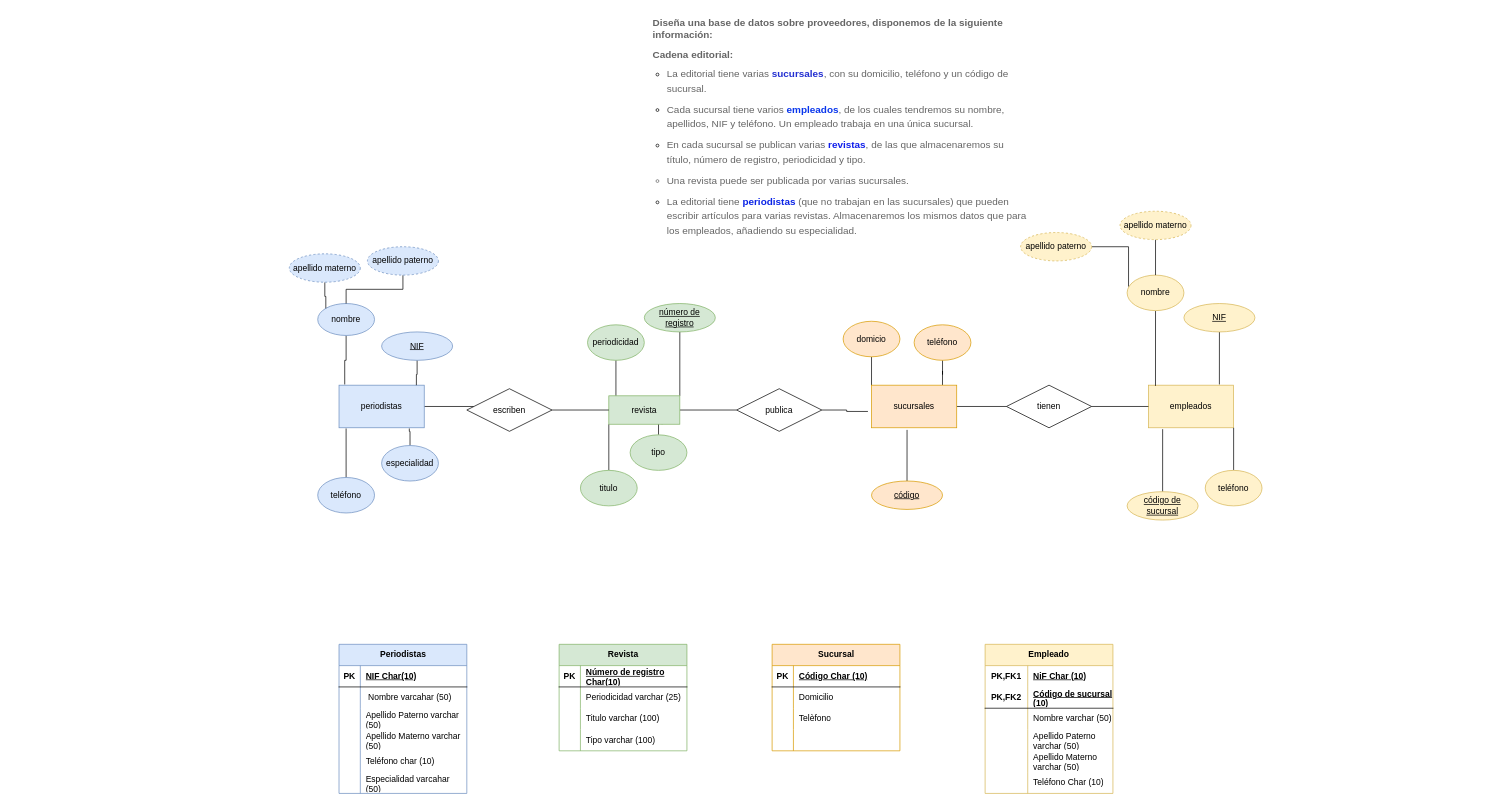
Above: Diagrama sin título.drawio in SandraGael/prueba (draw.io), before the change. Source tidied: cells renumbered, new cells numbered last; positions are measured from the earlier drawing's top-left corner, leaving out a move shared by most shapes. Both pictures are drawn from the tidied source at 71%, with x=0, y=0 at pixel (289, 12).
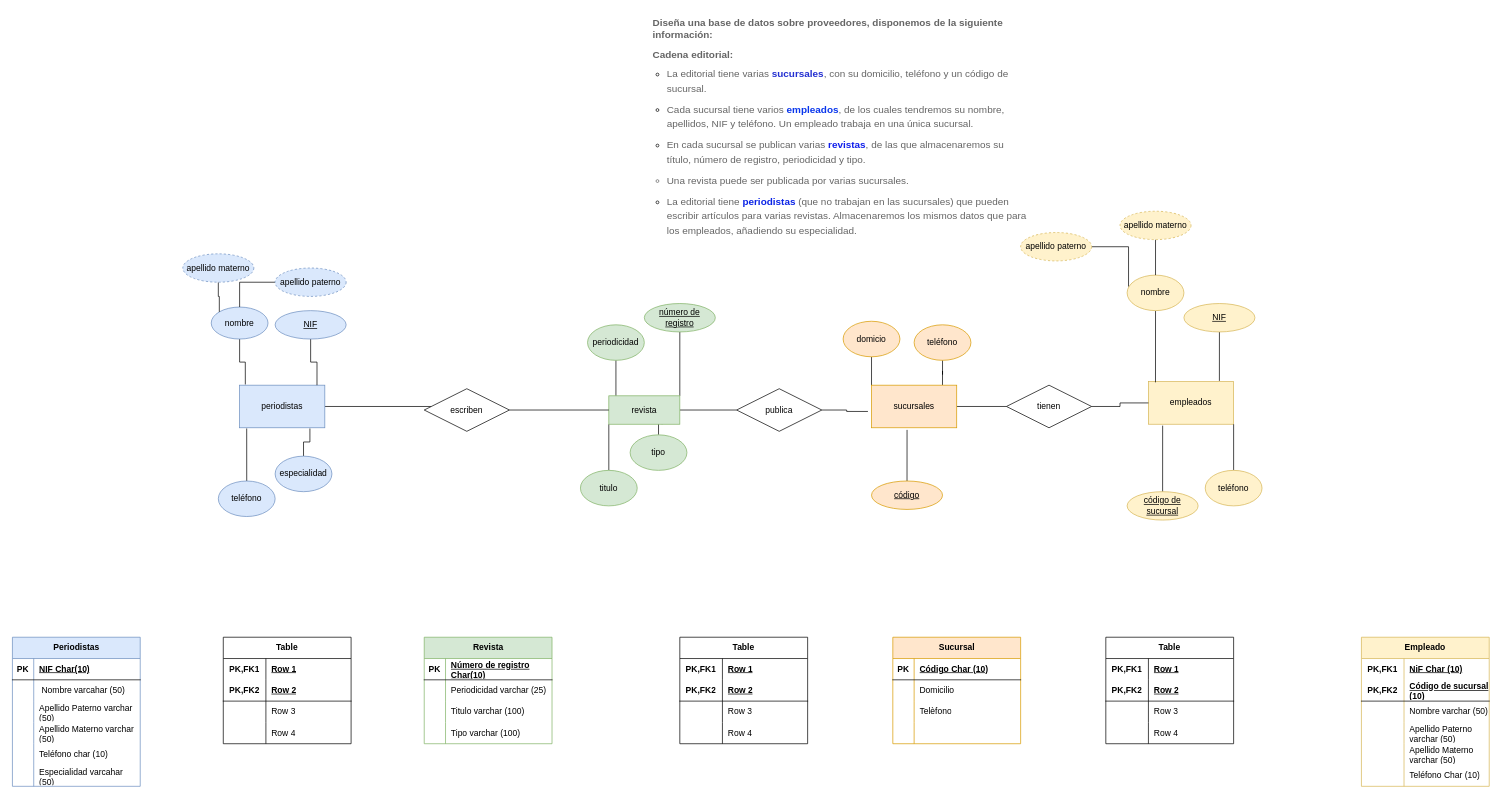
The same diagram, later.

The edit, as a diff of the source:
```diff
@@
     <mxCell id="3" value="empleados" style="rounded=0;whiteSpace=wrap;html=1;fillColor=#fff2cc;strokeColor=#d6b656;" parent="1" vertex="1">
-      <mxGeometry x="1210" y="525" width="120" height="60" as="geometry" />
+      <mxGeometry x="1210" y="520" width="120" height="60" as="geometry" />
     </mxCell>
@@
     <mxCell id="5" value="periodistas" style="rounded=0;whiteSpace=wrap;html=1;fillColor=#dae8fc;strokeColor=#6c8ebf;" parent="1" vertex="1">
-      <mxGeometry x="70" y="525" width="120" height="60" as="geometry" />
+      <mxGeometry x="-70" y="525" width="120" height="60" as="geometry" />
     </mxCell>
@@
     <mxCell id="21" value="nombre" style="ellipse;whiteSpace=wrap;html=1;fillColor=#dae8fc;strokeColor=#6c8ebf;" parent="1" vertex="1">
-      <mxGeometry x="40" y="410" width="80" height="45" as="geometry" />
+      <mxGeometry x="-110" y="415" width="80" height="45" as="geometry" />
     </mxCell>
@@
     <mxCell id="23" value="teléfono" style="ellipse;whiteSpace=wrap;html=1;fillColor=#dae8fc;strokeColor=#6c8ebf;" parent="1" vertex="1">
-      <mxGeometry x="40" y="655" width="80" height="50" as="geometry" />
+      <mxGeometry x="-100" y="660" width="80" height="50" as="geometry" />
     </mxCell>
@@
     <mxCell id="25" value="especialidad" style="ellipse;whiteSpace=wrap;html=1;fillColor=#dae8fc;strokeColor=#6c8ebf;" parent="1" vertex="1">
-      <mxGeometry x="130" y="610" width="80" height="50" as="geometry" />
+      <mxGeometry x="-20" y="625" width="80" height="50" as="geometry" />
     </mxCell>
@@
     <mxCell id="39" value="apellido materno" style="ellipse;whiteSpace=wrap;html=1;align=center;dashed=1;fillColor=#dae8fc;strokeColor=#6c8ebf;" parent="1" vertex="1">
-      <mxGeometry y="340" width="100" height="40" as="geometry" />
+      <mxGeometry x="-150" y="340" width="100" height="40" as="geometry" />
     </mxCell>
@@
     <mxCell id="41" value="apellido paterno" style="ellipse;whiteSpace=wrap;html=1;align=center;dashed=1;fillColor=#dae8fc;strokeColor=#6c8ebf;" parent="1" vertex="1">
-      <mxGeometry x="110" y="330" width="100" height="40" as="geometry" />
+      <mxGeometry x="-20" y="360" width="100" height="40" as="geometry" />
     </mxCell>
@@
     <mxCell id="45" value="NIF" style="ellipse;whiteSpace=wrap;html=1;align=center;fontStyle=4;fillColor=#dae8fc;strokeColor=#6c8ebf;" parent="1" vertex="1">
-      <mxGeometry x="130" y="450" width="100" height="40" as="geometry" />
+      <mxGeometry x="-20" y="420" width="100" height="40" as="geometry" />
     </mxCell>
@@
     <mxCell id="51" value="escriben" style="shape=rhombus;perimeter=rhombusPerimeter;whiteSpace=wrap;html=1;align=center;" parent="1" vertex="1">
-      <mxGeometry x="250" y="530" width="120" height="60" as="geometry" />
+      <mxGeometry x="190" y="530" width="120" height="60" as="geometry" />
     </mxCell>
@@
     <mxCell id="54" value="Periodistas" style="shape=table;startSize=30;childLayout=tableLayout;rowLines=0;fontStyle=1;align=center;html=1;fillColor=#dae8fc;strokeColor=#6c8ebf;" parent="1" vertex="1">
-      <mxGeometry x="70" y="890" width="180" height="210" as="geometry" />
+      <mxGeometry x="-390" y="880" width="180" height="210" as="geometry" />
     </mxCell>
@@
     <mxCell id="73" value="Revista" style="shape=table;startSize=30;childLayout=tableLayout;rowLines=0;fontStyle=1;align=center;html=1;fillColor=#d5e8d4;strokeColor=#82b366;" parent="1" vertex="1">
-      <mxGeometry x="380" y="890" width="180" height="150" as="geometry" />
+      <mxGeometry x="190" y="880" width="180" height="150" as="geometry" />
     </mxCell>
@@
     <mxCell id="86" value="Sucursal" style="shape=table;startSize=30;childLayout=tableLayout;rowLines=0;fontStyle=1;align=center;html=1;fillColor=#ffe6cc;strokeColor=#d79b00;" parent="1" vertex="1">
-      <mxGeometry x="680" y="890" width="180" height="150" as="geometry" />
+      <mxGeometry x="850" y="880" width="180" height="150" as="geometry" />
     </mxCell>
@@
     <mxCell id="99" value="Empleado" style="shape=table;startSize=30;childLayout=tableLayout;rowLines=0;fontStyle=1;align=center;html=1;whiteSpace=wrap;fillColor=#fff2cc;strokeColor=#d6b656;" parent="1" vertex="1">
-      <mxGeometry x="980" y="890" width="180" height="210" as="geometry" />
+      <mxGeometry x="1510" y="880" width="180" height="210" as="geometry" />
     </mxCell>
@@
+    <mxCell id="118" value="Table" style="shape=table;startSize=30;childLayout=tableLayout;rowLines=0;fontStyle=1;align=center;html=1;whiteSpace=wrap;" parent="1" vertex="1">
+      <mxGeometry x="1150" y="880" width="180" height="150" as="geometry" />
+    </mxCell>
+    <mxCell id="119" style="shape=tableRow;horizontal=0;startSize=0;swimlaneHead=0;swimlaneBody=0;fillColor=none;top=0;left=0;right=0;bottom=0;html=1;" parent="118" vertex="1">
+      <mxGeometry y="30" width="180" height="30" as="geometry" />
+    </mxCell>
+    <mxCell id="120" value="PK,FK1" style="shape=partialRectangle;fillColor=none;top=0;left=0;bottom=0;right=0;fontStyle=1;overflow=hidden;html=1;whiteSpace=wrap;" parent="119" vertex="1">
+      <mxGeometry width="60" height="30" as="geometry" />
+    </mxCell>
+    <mxCell id="121" value="Row 1" style="shape=partialRectangle;fillColor=none;top=0;left=0;bottom=0;right=0;align=left;spacingLeft=6;fontStyle=5;overflow=hidden;html=1;whiteSpace=wrap;" parent="119" vertex="1">
+      <mxGeometry x="60" width="120" height="30" as="geometry" />
+    </mxCell>
+    <mxCell id="122" style="shape=tableRow;horizontal=0;startSize=0;swimlaneHead=0;swimlaneBody=0;fillColor=none;top=0;left=0;right=0;bottom=1;html=1;" parent="118" vertex="1">
+      <mxGeometry y="60" width="180" height="30" as="geometry" />
+    </mxCell>
+    <mxCell id="123" value="PK,FK2" style="shape=partialRectangle;fillColor=none;top=0;left=0;bottom=0;right=0;fontStyle=1;overflow=hidden;html=1;whiteSpace=wrap;" parent="122" vertex="1">
+      <mxGeometry width="60" height="30" as="geometry" />
+    </mxCell>
+    <mxCell id="124" value="Row 2" style="shape=partialRectangle;fillColor=none;top=0;left=0;bottom=0;right=0;align=left;spacingLeft=6;fontStyle=5;overflow=hidden;html=1;whiteSpace=wrap;" parent="122" vertex="1">
+      <mxGeometry x="60" width="120" height="30" as="geometry" />
+    </mxCell>
+    <mxCell id="125" style="shape=tableRow;horizontal=0;startSize=0;swimlaneHead=0;swimlaneBody=0;fillColor=none;top=0;left=0;right=0;bottom=0;html=1;" parent="118" vertex="1">
+      <mxGeometry y="90" width="180" height="30" as="geometry" />
+    </mxCell>
+    <mxCell id="126" style="shape=partialRectangle;fillColor=none;top=0;left=0;bottom=0;right=0;overflow=hidden;html=1;whiteSpace=wrap;" parent="125" vertex="1">
+      <mxGeometry width="60" height="30" as="geometry" />
+    </mxCell>
+    <mxCell id="127" value="Row 3" style="shape=partialRectangle;fillColor=none;top=0;left=0;bottom=0;right=0;align=left;spacingLeft=6;overflow=hidden;html=1;whiteSpace=wrap;" parent="125" vertex="1">
+      <mxGeometry x="60" width="120" height="30" as="geometry" />
+    </mxCell>
+    <mxCell id="128" style="shape=tableRow;horizontal=0;startSize=0;swimlaneHead=0;swimlaneBody=0;fillColor=none;top=0;left=0;right=0;bottom=0;html=1;" parent="118" vertex="1">
+      <mxGeometry y="120" width="180" height="30" as="geometry" />
+    </mxCell>
+    <mxCell id="129" style="shape=partialRectangle;fillColor=none;top=0;left=0;bottom=0;right=0;overflow=hidden;html=1;whiteSpace=wrap;" parent="128" vertex="1">
+      <mxGeometry width="60" height="30" as="geometry" />
+    </mxCell>
+    <mxCell id="130" value="Row 4" style="shape=partialRectangle;fillColor=none;top=0;left=0;bottom=0;right=0;align=left;spacingLeft=6;overflow=hidden;html=1;whiteSpace=wrap;" parent="128" vertex="1">
+      <mxGeometry x="60" width="120" height="30" as="geometry" />
+    </mxCell>
+    <mxCell id="131" value="Table" style="shape=table;startSize=30;childLayout=tableLayout;rowLines=0;fontStyle=1;align=center;html=1;whiteSpace=wrap;" parent="1" vertex="1">
+      <mxGeometry x="550" y="880" width="180" height="150" as="geometry" />
+    </mxCell>
+    <mxCell id="132" style="shape=tableRow;horizontal=0;startSize=0;swimlaneHead=0;swimlaneBody=0;fillColor=none;top=0;left=0;right=0;bottom=0;html=1;" parent="131" vertex="1">
+      <mxGeometry y="30" width="180" height="30" as="geometry" />
+    </mxCell>
+    <mxCell id="133" value="PK,FK1" style="shape=partialRectangle;fillColor=none;top=0;left=0;bottom=0;right=0;fontStyle=1;overflow=hidden;html=1;whiteSpace=wrap;" parent="132" vertex="1">
+      <mxGeometry width="60" height="30" as="geometry" />
+    </mxCell>
+    <mxCell id="134" value="Row 1" style="shape=partialRectangle;fillColor=none;top=0;left=0;bottom=0;right=0;align=left;spacingLeft=6;fontStyle=5;overflow=hidden;html=1;whiteSpace=wrap;" parent="132" vertex="1">
+      <mxGeometry x="60" width="120" height="30" as="geometry" />
+    </mxCell>
+    <mxCell id="135" style="shape=tableRow;horizontal=0;startSize=0;swimlaneHead=0;swimlaneBody=0;fillColor=none;top=0;left=0;right=0;bottom=1;html=1;" parent="131" vertex="1">
+      <mxGeometry y="60" width="180" height="30" as="geometry" />
+    </mxCell>
+    <mxCell id="136" value="PK,FK2" style="shape=partialRectangle;fillColor=none;top=0;left=0;bottom=0;right=0;fontStyle=1;overflow=hidden;html=1;whiteSpace=wrap;" parent="135" vertex="1">
+      <mxGeometry width="60" height="30" as="geometry" />
+    </mxCell>
+    <mxCell id="137" value="Row 2" style="shape=partialRectangle;fillColor=none;top=0;left=0;bottom=0;right=0;align=left;spacingLeft=6;fontStyle=5;overflow=hidden;html=1;whiteSpace=wrap;" parent="135" vertex="1">
+      <mxGeometry x="60" width="120" height="30" as="geometry" />
+    </mxCell>
+    <mxCell id="138" style="shape=tableRow;horizontal=0;startSize=0;swimlaneHead=0;swimlaneBody=0;fillColor=none;top=0;left=0;right=0;bottom=0;html=1;" parent="131" vertex="1">
+      <mxGeometry y="90" width="180" height="30" as="geometry" />
+    </mxCell>
+    <mxCell id="139" style="shape=partialRectangle;fillColor=none;top=0;left=0;bottom=0;right=0;overflow=hidden;html=1;whiteSpace=wrap;" parent="138" vertex="1">
+      <mxGeometry width="60" height="30" as="geometry" />
+    </mxCell>
+    <mxCell id="140" value="Row 3" style="shape=partialRectangle;fillColor=none;top=0;left=0;bottom=0;right=0;align=left;spacingLeft=6;overflow=hidden;html=1;whiteSpace=wrap;" parent="138" vertex="1">
+      <mxGeometry x="60" width="120" height="30" as="geometry" />
+    </mxCell>
+    <mxCell id="141" style="shape=tableRow;horizontal=0;startSize=0;swimlaneHead=0;swimlaneBody=0;fillColor=none;top=0;left=0;right=0;bottom=0;html=1;" parent="131" vertex="1">
+      <mxGeometry y="120" width="180" height="30" as="geometry" />
+    </mxCell>
+    <mxCell id="142" style="shape=partialRectangle;fillColor=none;top=0;left=0;bottom=0;right=0;overflow=hidden;html=1;whiteSpace=wrap;" parent="141" vertex="1">
+      <mxGeometry width="60" height="30" as="geometry" />
+    </mxCell>
+    <mxCell id="143" value="Row 4" style="shape=partialRectangle;fillColor=none;top=0;left=0;bottom=0;right=0;align=left;spacingLeft=6;overflow=hidden;html=1;whiteSpace=wrap;" parent="141" vertex="1">
+      <mxGeometry x="60" width="120" height="30" as="geometry" />
+    </mxCell>
+    <mxCell id="144" value="Table" style="shape=table;startSize=30;childLayout=tableLayout;rowLines=0;fontStyle=1;align=center;html=1;whiteSpace=wrap;" parent="1" vertex="1">
+      <mxGeometry x="-93" y="880" width="180" height="150" as="geometry" />
+    </mxCell>
+    <mxCell id="145" style="shape=tableRow;horizontal=0;startSize=0;swimlaneHead=0;swimlaneBody=0;fillColor=none;top=0;left=0;right=0;bottom=0;html=1;" parent="144" vertex="1">
+      <mxGeometry y="30" width="180" height="30" as="geometry" />
+    </mxCell>
+    <mxCell id="146" value="PK,FK1" style="shape=partialRectangle;fillColor=none;top=0;left=0;bottom=0;right=0;fontStyle=1;overflow=hidden;html=1;whiteSpace=wrap;" parent="145" vertex="1">
+      <mxGeometry width="60" height="30" as="geometry" />
+    </mxCell>
+    <mxCell id="147" value="Row 1" style="shape=partialRectangle;fillColor=none;top=0;left=0;bottom=0;right=0;align=left;spacingLeft=6;fontStyle=5;overflow=hidden;html=1;whiteSpace=wrap;" parent="145" vertex="1">
+      <mxGeometry x="60" width="120" height="30" as="geometry" />
+    </mxCell>
+    <mxCell id="148" style="shape=tableRow;horizontal=0;startSize=0;swimlaneHead=0;swimlaneBody=0;fillColor=none;top=0;left=0;right=0;bottom=1;html=1;" parent="144" vertex="1">
+      <mxGeometry y="60" width="180" height="30" as="geometry" />
+    </mxCell>
+    <mxCell id="149" value="PK,FK2" style="shape=partialRectangle;fillColor=none;top=0;left=0;bottom=0;right=0;fontStyle=1;overflow=hidden;html=1;whiteSpace=wrap;" parent="148" vertex="1">
+      <mxGeometry width="60" height="30" as="geometry" />
+    </mxCell>
+    <mxCell id="150" value="Row 2" style="shape=partialRectangle;fillColor=none;top=0;left=0;bottom=0;right=0;align=left;spacingLeft=6;fontStyle=5;overflow=hidden;html=1;whiteSpace=wrap;" parent="148" vertex="1">
+      <mxGeometry x="60" width="120" height="30" as="geometry" />
+    </mxCell>
+    <mxCell id="151" style="shape=tableRow;horizontal=0;startSize=0;swimlaneHead=0;swimlaneBody=0;fillColor=none;top=0;left=0;right=0;bottom=0;html=1;" parent="144" vertex="1">
+      <mxGeometry y="90" width="180" height="30" as="geometry" />
+    </mxCell>
+    <mxCell id="152" style="shape=partialRectangle;fillColor=none;top=0;left=0;bottom=0;right=0;overflow=hidden;html=1;whiteSpace=wrap;" parent="151" vertex="1">
+      <mxGeometry width="60" height="30" as="geometry" />
+    </mxCell>
+    <mxCell id="153" value="Row 3" style="shape=partialRectangle;fillColor=none;top=0;left=0;bottom=0;right=0;align=left;spacingLeft=6;overflow=hidden;html=1;whiteSpace=wrap;" parent="151" vertex="1">
+      <mxGeometry x="60" width="120" height="30" as="geometry" />
+    </mxCell>
+    <mxCell id="154" style="shape=tableRow;horizontal=0;startSize=0;swimlaneHead=0;swimlaneBody=0;fillColor=none;top=0;left=0;right=0;bottom=0;html=1;" parent="144" vertex="1">
+      <mxGeometry y="120" width="180" height="30" as="geometry" />
+    </mxCell>
+    <mxCell id="155" style="shape=partialRectangle;fillColor=none;top=0;left=0;bottom=0;right=0;overflow=hidden;html=1;whiteSpace=wrap;" parent="154" vertex="1">
+      <mxGeometry width="60" height="30" as="geometry" />
+    </mxCell>
+    <mxCell id="156" value="Row 4" style="shape=partialRectangle;fillColor=none;top=0;left=0;bottom=0;right=0;align=left;spacingLeft=6;overflow=hidden;html=1;whiteSpace=wrap;" parent="154" vertex="1">
+      <mxGeometry x="60" width="120" height="30" as="geometry" />
+    </mxCell>
```
